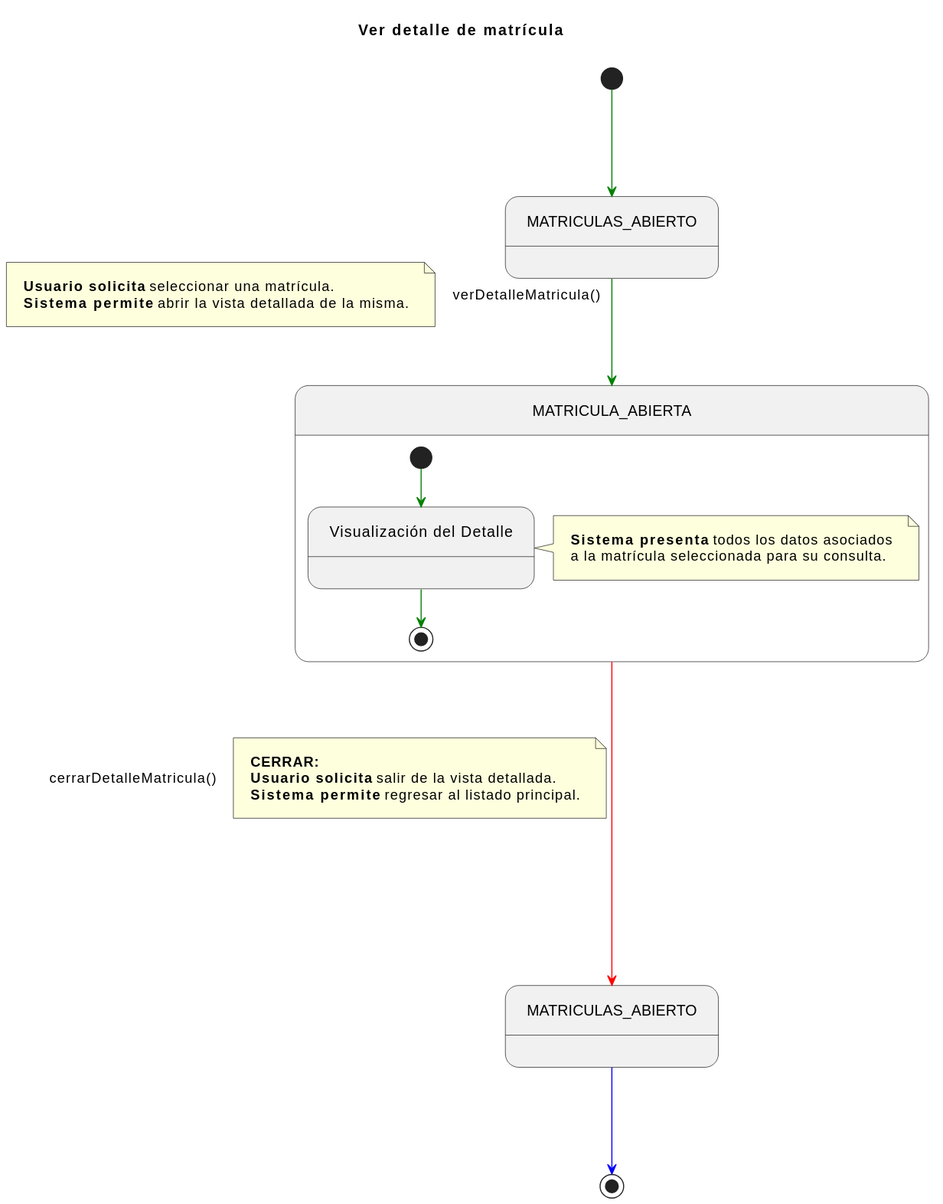
Earlier version of the PlantUML export documents/CasosDeUso/DetalladoCasosDeUso/Secretaria/consultarDetalleMatricula.svg (enmabry/25-26-IdSw1-SdR).
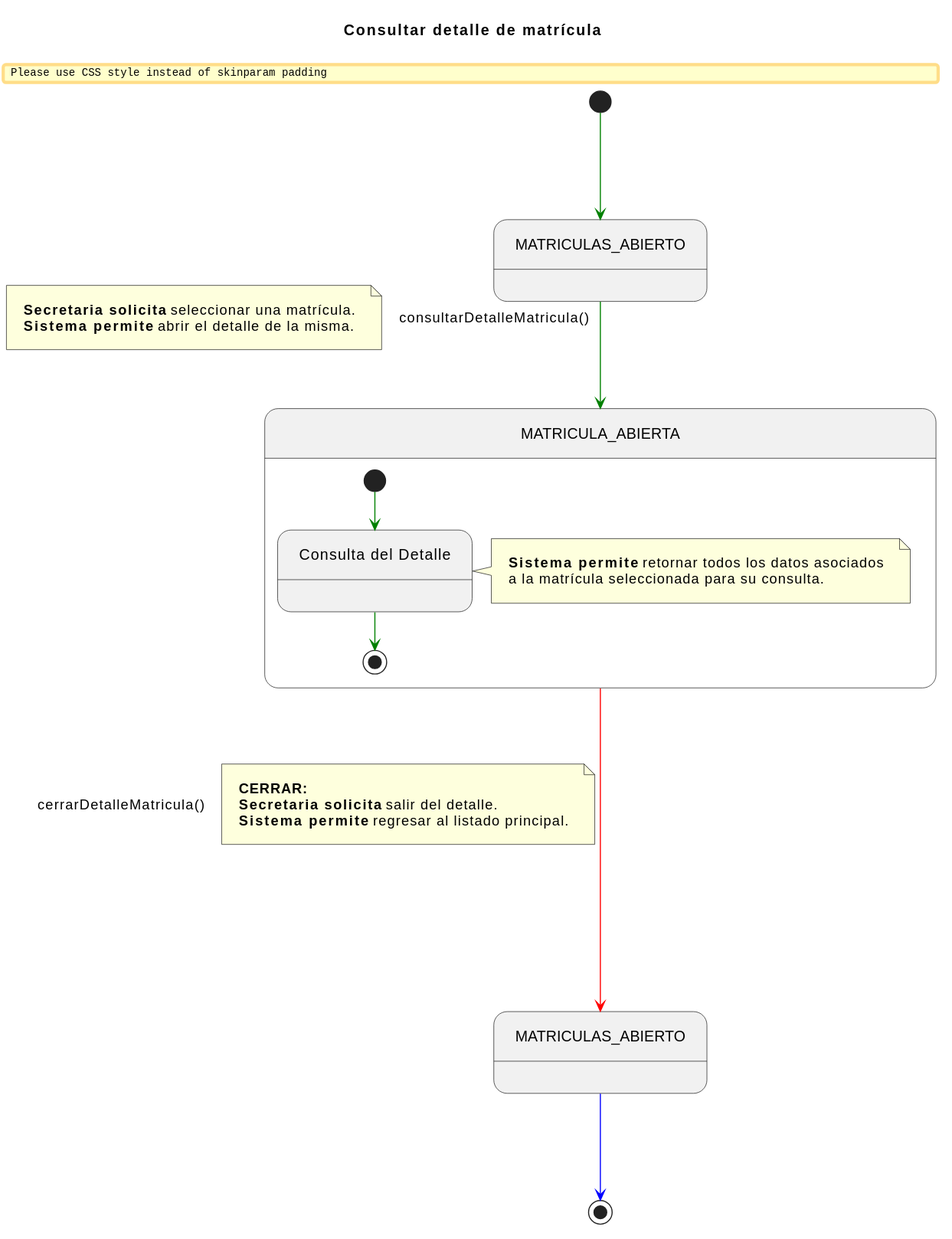
The same diagram one commit later.

What changed in the source:
```diff
@@ -1,5 +1,5 @@
 @startuml
-title Ver detalle de matrícula
+title Consultar detalle de matrícula
 
 skinparam nodesep 100
 skinparam ranksep 100
@@ -12,30 +12,30 @@
 
 [*] -[#green]-> MATRICULAS_ABIERTO_INICIAL
 
-MATRICULAS_ABIERTO_INICIAL -[#green]-> MATRICULA_ABIERTA_COMP : verDetalleMatricula()
+MATRICULAS_ABIERTO_INICIAL -[#green]-> MATRICULA_ABIERTA_COMP : consultarDetalleMatricula()
 note left on link
-    <b>Usuario solicita</b> seleccionar una matrícula.
-    <b>Sistema permite</b> abrir la vista detallada de la misma.
+    <b>Secretaria solicita</b> seleccionar una matrícula.
+    <b>Sistema permite</b> abrir el detalle de la misma.
 end note
 
 state MATRICULA_ABIERTA_COMP {
-    state VisualizacionDetalle as "Visualización del Detalle"
+    state ConsultaDetalle as "Consulta del Detalle"
 
-    [*] -[#green]-> VisualizacionDetalle
+    [*] -[#green]-> ConsultaDetalle
 
-    note right of VisualizacionDetalle
-        <b>Sistema presenta</b> todos los datos asociados
+    note right of ConsultaDetalle
+        <b>Sistema permite</b> retornar todos los datos asociados
         a la matrícula seleccionada para su consulta.
     end note
 
-    VisualizacionDetalle -[#green]-> [*]
+    ConsultaDetalle -[#green]-> [*]
 }
 
 
 MATRICULA_ABIERTA_COMP -[#red]---> MATRICULAS_ABIERTO_FINAL : cerrarDetalleMatricula()
 note right on link
     <b>CERRAR:</b>
-    <b>Usuario solicita</b> salir de la vista detallada.
+    <b>Secretaria solicita</b> salir del detalle.
     <b>Sistema permite</b> regresar al listado principal.
 end note
 
```
